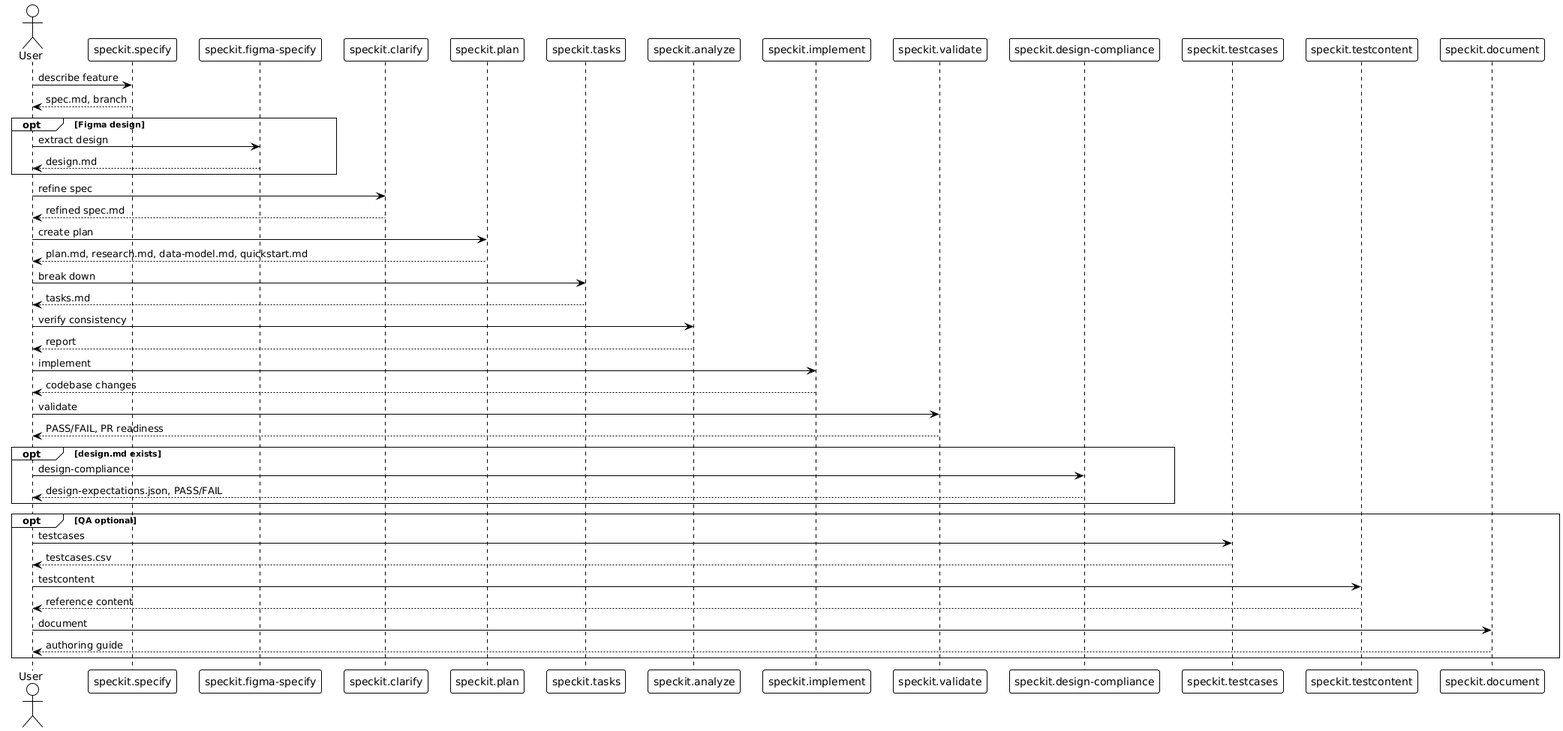
This is .specify/docs/diagrams/speckit-sequence.png from mariorodriguez-creator/nitroblocks, a PlantUML export, as it was before one commit.
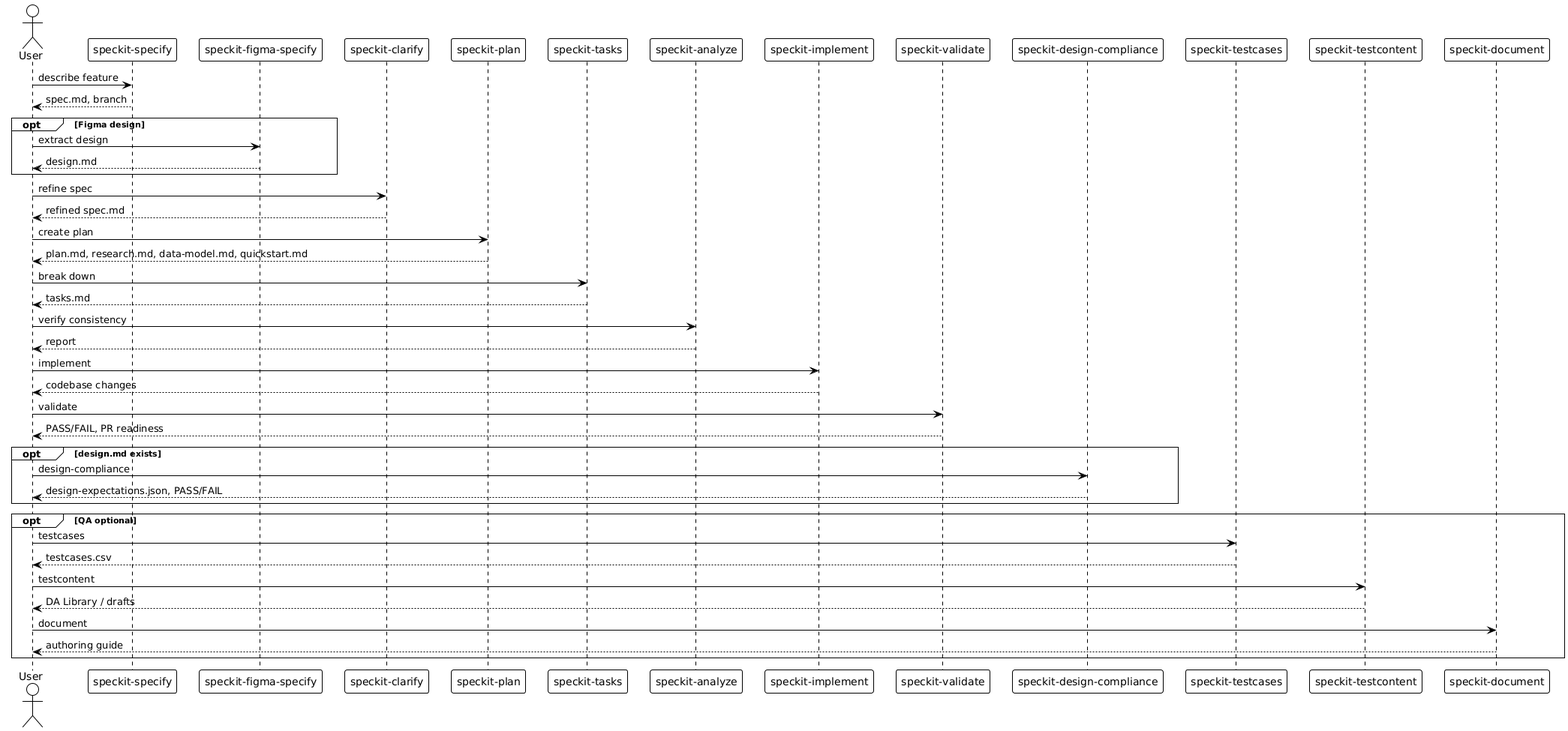
Above is the later version.

The edit, as a diff of the source:
```diff
@@ -1,18 +1,18 @@
 @startuml speckit-sequence
 !theme plain
 actor User
-participant "speckit.specify" as specify
-participant "speckit.figma-specify" as figma
-participant "speckit.clarify" as clarify
-participant "speckit.plan" as plan
-participant "speckit.tasks" as tasks
-participant "speckit.analyze" as analyze
-participant "speckit.implement" as implement
-participant "speckit.validate" as validate
-participant "speckit.design-compliance" as dc
-participant "speckit.testcases" as tc
-participant "speckit.testcontent" as tcontent
-participant "speckit.document" as doc
+participant "speckit-specify" as specify
+participant "speckit-figma-specify" as figma
+participant "speckit-clarify" as clarify
+participant "speckit-plan" as plan
+participant "speckit-tasks" as tasks
+participant "speckit-analyze" as analyze
+participant "speckit-implement" as implement
+participant "speckit-validate" as validate
+participant "speckit-design-compliance" as dc
+participant "speckit-testcases" as tc
+participant "speckit-testcontent" as tcontent
+participant "speckit-document" as doc
 
 User -> specify : describe feature
 specify --> User : spec.md, branch
@@ -40,7 +40,7 @@
   User -> tc : testcases
   tc --> User : testcases.csv
   User -> tcontent : testcontent
-  tcontent --> User : reference content
+  tcontent --> User : DA Library / drafts
   User -> doc : document
   doc --> User : authoring guide
 end
```
